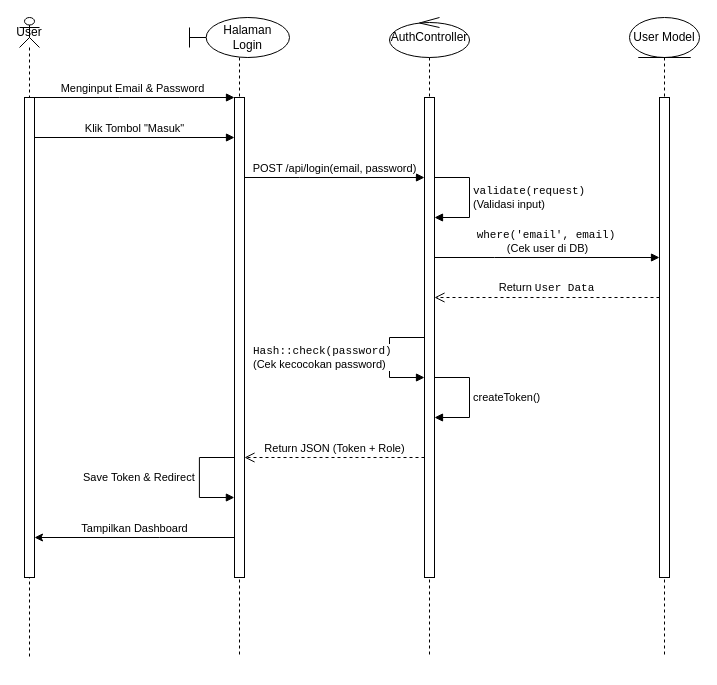
The draw.io diagram Diagram Tanpa Judul.drawio in UlulAzmiALatala/moodly-app, before the edit. Source tidied: cells renumbered, new cells numbered last; positions are measured from the earlier drawing's top-left corner, leaving out a move shared by most shapes. Both pictures are drawn from the tidied source at 100%, with x=0, y=0 at pixel (19, 17).
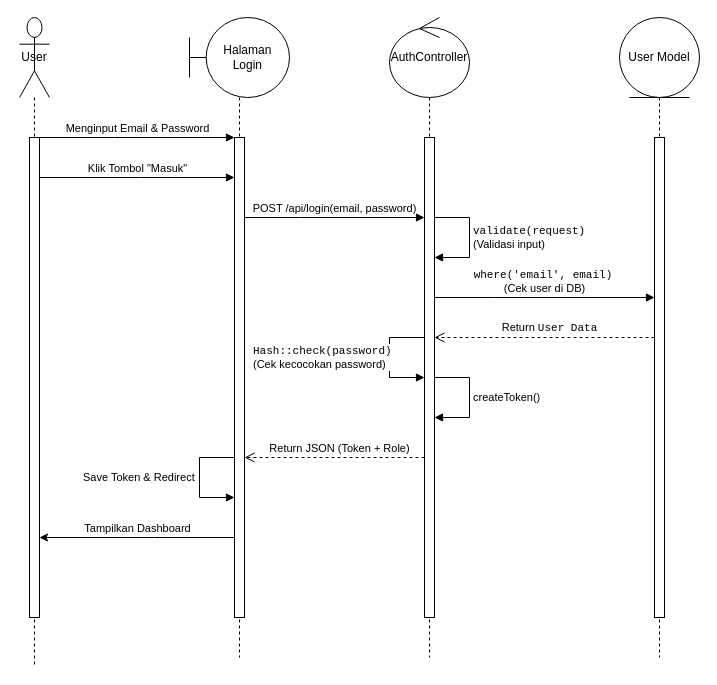
Above is the later version.

What changed in the source:
```diff
@@
-    <mxCell id="2" value="Menginput Email &amp;amp; Password" style="html=1;verticalAlign=bottom;endArrow=block;edgeStyle=elbowEdgeStyle;elbow=vertical;curved=0;rounded=0;" parent="1" edge="1" source="4" target="7">
-      <mxGeometry relative="1" as="geometry">
-        <Array as="points">
-          <mxPoint x="100" y="80" />
-        </Array>
-      </mxGeometry>
-    </mxCell>
     <mxCell id="3" value="Return &lt;code&gt;User Data&lt;/code&gt;" style="html=1;verticalAlign=bottom;endArrow=open;dashed=1;endSize=8;edgeStyle=elbowEdgeStyle;elbow=vertical;curved=0;rounded=0;" parent="1" edge="1" source="13" target="9">
-      <mxGeometry relative="1" as="geometry">
+      <mxGeometry x="-0.05" relative="1" as="geometry">
         <Array as="points">
+          <mxPoint x="550" y="320" />
           <mxPoint x="525" y="280" />
         </Array>
       </mxGeometry>
     </mxCell>
-    <mxCell id="4" value="User" style="shape=umlLifeline;perimeter=lifelinePerimeter;whiteSpace=wrap;html=1;outlineConnect=0;portConstraint=eastwest;newEdgeStyle={&quot;curved&quot;:0,&quot;rounded&quot;:0};participant=umlActor;size=30;" parent="1" vertex="1">
-      <mxGeometry width="20" height="640" as="geometry" />
+    <mxCell id="4" value="User" style="shape=umlLifeline;perimeter=lifelinePerimeter;whiteSpace=wrap;html=1;outlineConnect=0;portConstraint=eastwest;newEdgeStyle={&quot;curved&quot;:0,&quot;rounded&quot;:0};participant=umlActor;size=80;" parent="1" vertex="1">
+      <mxGeometry width="30" height="650" as="geometry" />
     </mxCell>
     <mxCell id="5" style="html=1;points=[];perimeter=orthogonalPerimeter;outlineConnect=0;targetShapes=umlLifeline;portConstraint=eastwest;newEdgeStyle={&quot;edgeStyle&quot;:&quot;elbowEdgeStyle&quot;,&quot;elbow&quot;:&quot;vertical&quot;,&quot;curved&quot;:0,&quot;rounded&quot;:0};" parent="4" vertex="1">
-      <mxGeometry x="5" y="80" width="10" height="480" as="geometry" />
+      <mxGeometry x="10" y="120" width="10" height="480" as="geometry" />
     </mxCell>
-    <mxCell id="6" value="&amp;nbsp; &amp;nbsp; &amp;nbsp;Halaman&lt;div&gt;&lt;span style=&quot;background-color: transparent; color: light-dark(rgb(0, 0, 0), rgb(255, 255, 255));&quot;&gt;&amp;nbsp; &amp;nbsp; &amp;nbsp;Login&lt;/span&gt;&lt;/div&gt;" style="shape=umlLifeline;perimeter=lifelinePerimeter;whiteSpace=wrap;html=1;newEdgeStyle={&quot;curved&quot;:0,&quot;rounded&quot;:0};participant=umlBoundary;" parent="1" vertex="1">
+    <mxCell id="6" value="&amp;nbsp; &amp;nbsp; &amp;nbsp;Halaman&lt;div&gt;&lt;span style=&quot;background-color: transparent; color: light-dark(rgb(0, 0, 0), rgb(255, 255, 255));&quot;&gt;&amp;nbsp; &amp;nbsp; &amp;nbsp;Login&lt;/span&gt;&lt;/div&gt;" style="shape=umlLifeline;perimeter=lifelinePerimeter;whiteSpace=wrap;html=1;newEdgeStyle={&quot;curved&quot;:0,&quot;rounded&quot;:0};participant=umlBoundary;size=80;" parent="1" vertex="1">
       <mxGeometry x="170" width="100" height="640" as="geometry" />
     </mxCell>
     <mxCell id="7" style="html=1;points=[];perimeter=orthogonalPerimeter;outlineConnect=0;targetShapes=umlLifeline;portConstraint=eastwest;newEdgeStyle={&quot;edgeStyle&quot;:&quot;elbowEdgeStyle&quot;,&quot;elbow&quot;:&quot;vertical&quot;,&quot;curved&quot;:0,&quot;rounded&quot;:0};" parent="6" vertex="1">
-      <mxGeometry x="45" y="80" width="10" height="480" as="geometry" />
+      <mxGeometry x="45" y="120" width="10" height="480" as="geometry" />
     </mxCell>
+    <mxCell id="19" value="Save Token &amp;amp; Redirect" style="html=1;align=left;spacingLeft=2;endArrow=block;rounded=0;edgeStyle=orthogonalEdgeStyle;curved=0;rounded=0;" parent="6" edge="1">
+      <mxGeometry y="-120" relative="1" as="geometry">
+        <mxPoint x="45" y="440" as="sourcePoint" />
+        <mxPoint x="45" y="480" as="targetPoint" />
+        <Array as="points">
+          <mxPoint x="10" y="440" />
+          <mxPoint x="10" y="480" />
+        </Array>
+      </mxGeometry>
+    </mxCell>
-    <mxCell id="8" value="AuthController" style="shape=umlLifeline;perimeter=lifelinePerimeter;whiteSpace=wrap;html=1;newEdgeStyle={&quot;curved&quot;:0,&quot;rounded&quot;:0};participant=umlControl;" parent="1" vertex="1">
+    <mxCell id="8" value="AuthController" style="shape=umlLifeline;perimeter=lifelinePerimeter;whiteSpace=wrap;html=1;newEdgeStyle={&quot;curved&quot;:0,&quot;rounded&quot;:0};participant=umlControl;size=80;" parent="1" vertex="1">
       <mxGeometry x="370" width="80" height="640" as="geometry" />
     </mxCell>
     <mxCell id="9" style="html=1;points=[];perimeter=orthogonalPerimeter;outlineConnect=0;targetShapes=umlLifeline;portConstraint=eastwest;newEdgeStyle={&quot;edgeStyle&quot;:&quot;elbowEdgeStyle&quot;,&quot;elbow&quot;:&quot;vertical&quot;,&quot;curved&quot;:0,&quot;rounded&quot;:0};" parent="8" vertex="1">
-      <mxGeometry x="35" y="80" width="10" height="480" as="geometry" />
+      <mxGeometry x="35" y="120" width="10" height="480" as="geometry" />
     </mxCell>
-    <mxCell id="10" value="&lt;code&gt;validate(request)&lt;/code&gt;&amp;nbsp;&lt;div&gt;(Validasi input)&lt;/div&gt;" style="html=1;align=left;spacingLeft=2;endArrow=block;rounded=0;edgeStyle=orthogonalEdgeStyle;curved=0;rounded=0;" parent="8" edge="1" source="9" target="9">
+    <mxCell id="10" value="&lt;code&gt;validate(request)&lt;/code&gt;&amp;nbsp;&lt;div&gt;(Validasi input)&lt;/div&gt;" style="html=1;align=left;spacingLeft=2;endArrow=block;rounded=0;edgeStyle=orthogonalEdgeStyle;curved=0;rounded=0;" parent="8" edge="1">
       <mxGeometry relative="1" as="geometry">
+        <mxPoint x="45" y="200" as="sourcePoint" />
+        <mxPoint x="45" y="240" as="targetPoint" />
         <Array as="points">
-          <mxPoint x="80" y="160" />
           <mxPoint x="80" y="200" />
+          <mxPoint x="80" y="240" />
         </Array>
       </mxGeometry>
     </mxCell>
@@
-    <mxCell id="12" value="User Model" style="shape=umlLifeline;perimeter=lifelinePerimeter;whiteSpace=wrap;html=1;newEdgeStyle={&quot;curved&quot;:0,&quot;rounded&quot;:0};participant=umlEntity;" parent="1" vertex="1">
-      <mxGeometry x="610" width="70" height="640" as="geometry" />
+    <mxCell id="12" value="User Model" style="shape=umlLifeline;perimeter=lifelinePerimeter;whiteSpace=wrap;html=1;newEdgeStyle={&quot;curved&quot;:0,&quot;rounded&quot;:0};participant=umlEntity;size=80;" parent="1" vertex="1">
+      <mxGeometry x="600" width="80" height="640" as="geometry" />
     </mxCell>
     <mxCell id="13" style="html=1;points=[];perimeter=orthogonalPerimeter;outlineConnect=0;targetShapes=umlLifeline;portConstraint=eastwest;newEdgeStyle={&quot;edgeStyle&quot;:&quot;elbowEdgeStyle&quot;,&quot;elbow&quot;:&quot;vertical&quot;,&quot;curved&quot;:0,&quot;rounded&quot;:0};" parent="12" vertex="1">
-      <mxGeometry x="30" y="80" width="10" height="480" as="geometry" />
+      <mxGeometry x="35" y="120" width="10" height="480" as="geometry" />
     </mxCell>
-    <mxCell id="14" value="Klik Tombol &quot;Masuk&quot;" style="html=1;verticalAlign=bottom;endArrow=block;curved=0;rounded=0;" parent="1" edge="1">
-      <mxGeometry relative="1" as="geometry">
-        <mxPoint x="15" y="120" as="sourcePoint" />
-        <mxPoint x="215" y="120" as="targetPoint" />
-      </mxGeometry>
-    </mxCell>
     <mxCell id="15" value="POST /api/login(email, password)" style="html=1;verticalAlign=bottom;endArrow=block;curved=0;rounded=0;" parent="1" edge="1" source="7" target="9">
       <mxGeometry relative="1" as="geometry">
         <Array as="points">
-          <mxPoint x="280" y="160" />
+          <mxPoint x="280" y="200" />
         </Array>
       </mxGeometry>
     </mxCell>
-    <mxCell id="16" value="&lt;code&gt;where('email', email)&lt;/code&gt;&amp;nbsp;&lt;div&gt;(Cek user di DB)&lt;/div&gt;" style="html=1;verticalAlign=bottom;endArrow=block;curved=0;rounded=0;" parent="1" edge="1">
+    <mxCell id="16" value="&lt;code&gt;where('email', email)&lt;/code&gt;&amp;nbsp;&lt;div&gt;(Cek user di DB)&lt;/div&gt;" style="html=1;verticalAlign=bottom;endArrow=block;curved=0;rounded=0;" parent="1" edge="1" target="13">
       <mxGeometry relative="1" as="geometry">
-        <mxPoint x="415" y="240" as="sourcePoint" />
-        <mxPoint x="640" y="240" as="targetPoint" />
+        <mxPoint x="415" y="280" as="sourcePoint" />
         <Array as="points">
-          <mxPoint x="475" y="240" />
+          <mxPoint x="475" y="280" />
         </Array>
       </mxGeometry>
     </mxCell>
@@
     <mxCell id="18" value="Return JSON (Token + Role)" style="html=1;verticalAlign=bottom;endArrow=open;dashed=1;endSize=8;edgeStyle=elbowEdgeStyle;elbow=vertical;curved=0;rounded=0;" parent="1" edge="1" source="9" target="7">
-      <mxGeometry relative="1" as="geometry">
+      <mxGeometry x="-0.06" relative="1" as="geometry">
         <Array as="points">
           <mxPoint x="290" y="440" />
         </Array>
       </mxGeometry>
     </mxCell>
-    <mxCell id="19" value="Save Token &amp;amp; Redirect" style="html=1;align=left;spacingLeft=2;endArrow=block;rounded=0;edgeStyle=orthogonalEdgeStyle;curved=0;rounded=0;" parent="1" edge="1">
-      <mxGeometry y="-120" relative="1" as="geometry">
-        <mxPoint x="214.9" y="440" as="sourcePoint" />
-        <mxPoint x="214.9" y="480" as="targetPoint" />
-        <Array as="points">
-          <mxPoint x="179.9" y="440" />
-          <mxPoint x="179.9" y="480" />
-        </Array>
-      </mxGeometry>
-    </mxCell>
+    <mxCell id="14" value="Klik Tombol &quot;Masuk&quot;" style="html=1;verticalAlign=bottom;endArrow=block;curved=0;rounded=0;" parent="1" edge="1" source="5" target="7">
+      <mxGeometry relative="1" as="geometry">
+        <Array as="points">
+          <mxPoint x="120" y="160" />
+        </Array>
+      </mxGeometry>
+    </mxCell>
+    <mxCell id="2" value="Menginput Email &amp;amp; Password" style="html=1;verticalAlign=bottom;endArrow=block;edgeStyle=elbowEdgeStyle;elbow=vertical;curved=0;rounded=0;" parent="1" edge="1" source="5" target="7">
+      <mxGeometry relative="1" as="geometry">
+        <Array as="points">
+          <mxPoint x="95" y="120" />
+        </Array>
+      </mxGeometry>
+    </mxCell>
-    <mxCell id="20" value="Tampilkan Dashboard" style="html=1;verticalAlign=bottom;endArrow=none;curved=0;rounded=0;endFill=0;startArrow=classic;startFill=1;" parent="1" edge="1" target="7">
+    <mxCell id="20" value="Tampilkan Dashboard" style="html=1;verticalAlign=bottom;endArrow=none;curved=0;rounded=0;endFill=0;startArrow=classic;startFill=1;" parent="1" edge="1" source="5" target="7">
       <mxGeometry relative="1" as="geometry">
-        <mxPoint x="15" y="520" as="sourcePoint" />
         <Array as="points">
-          <mxPoint x="140" y="520" />
+          <mxPoint x="135" y="520" />
         </Array>
       </mxGeometry>
     </mxCell>
```
